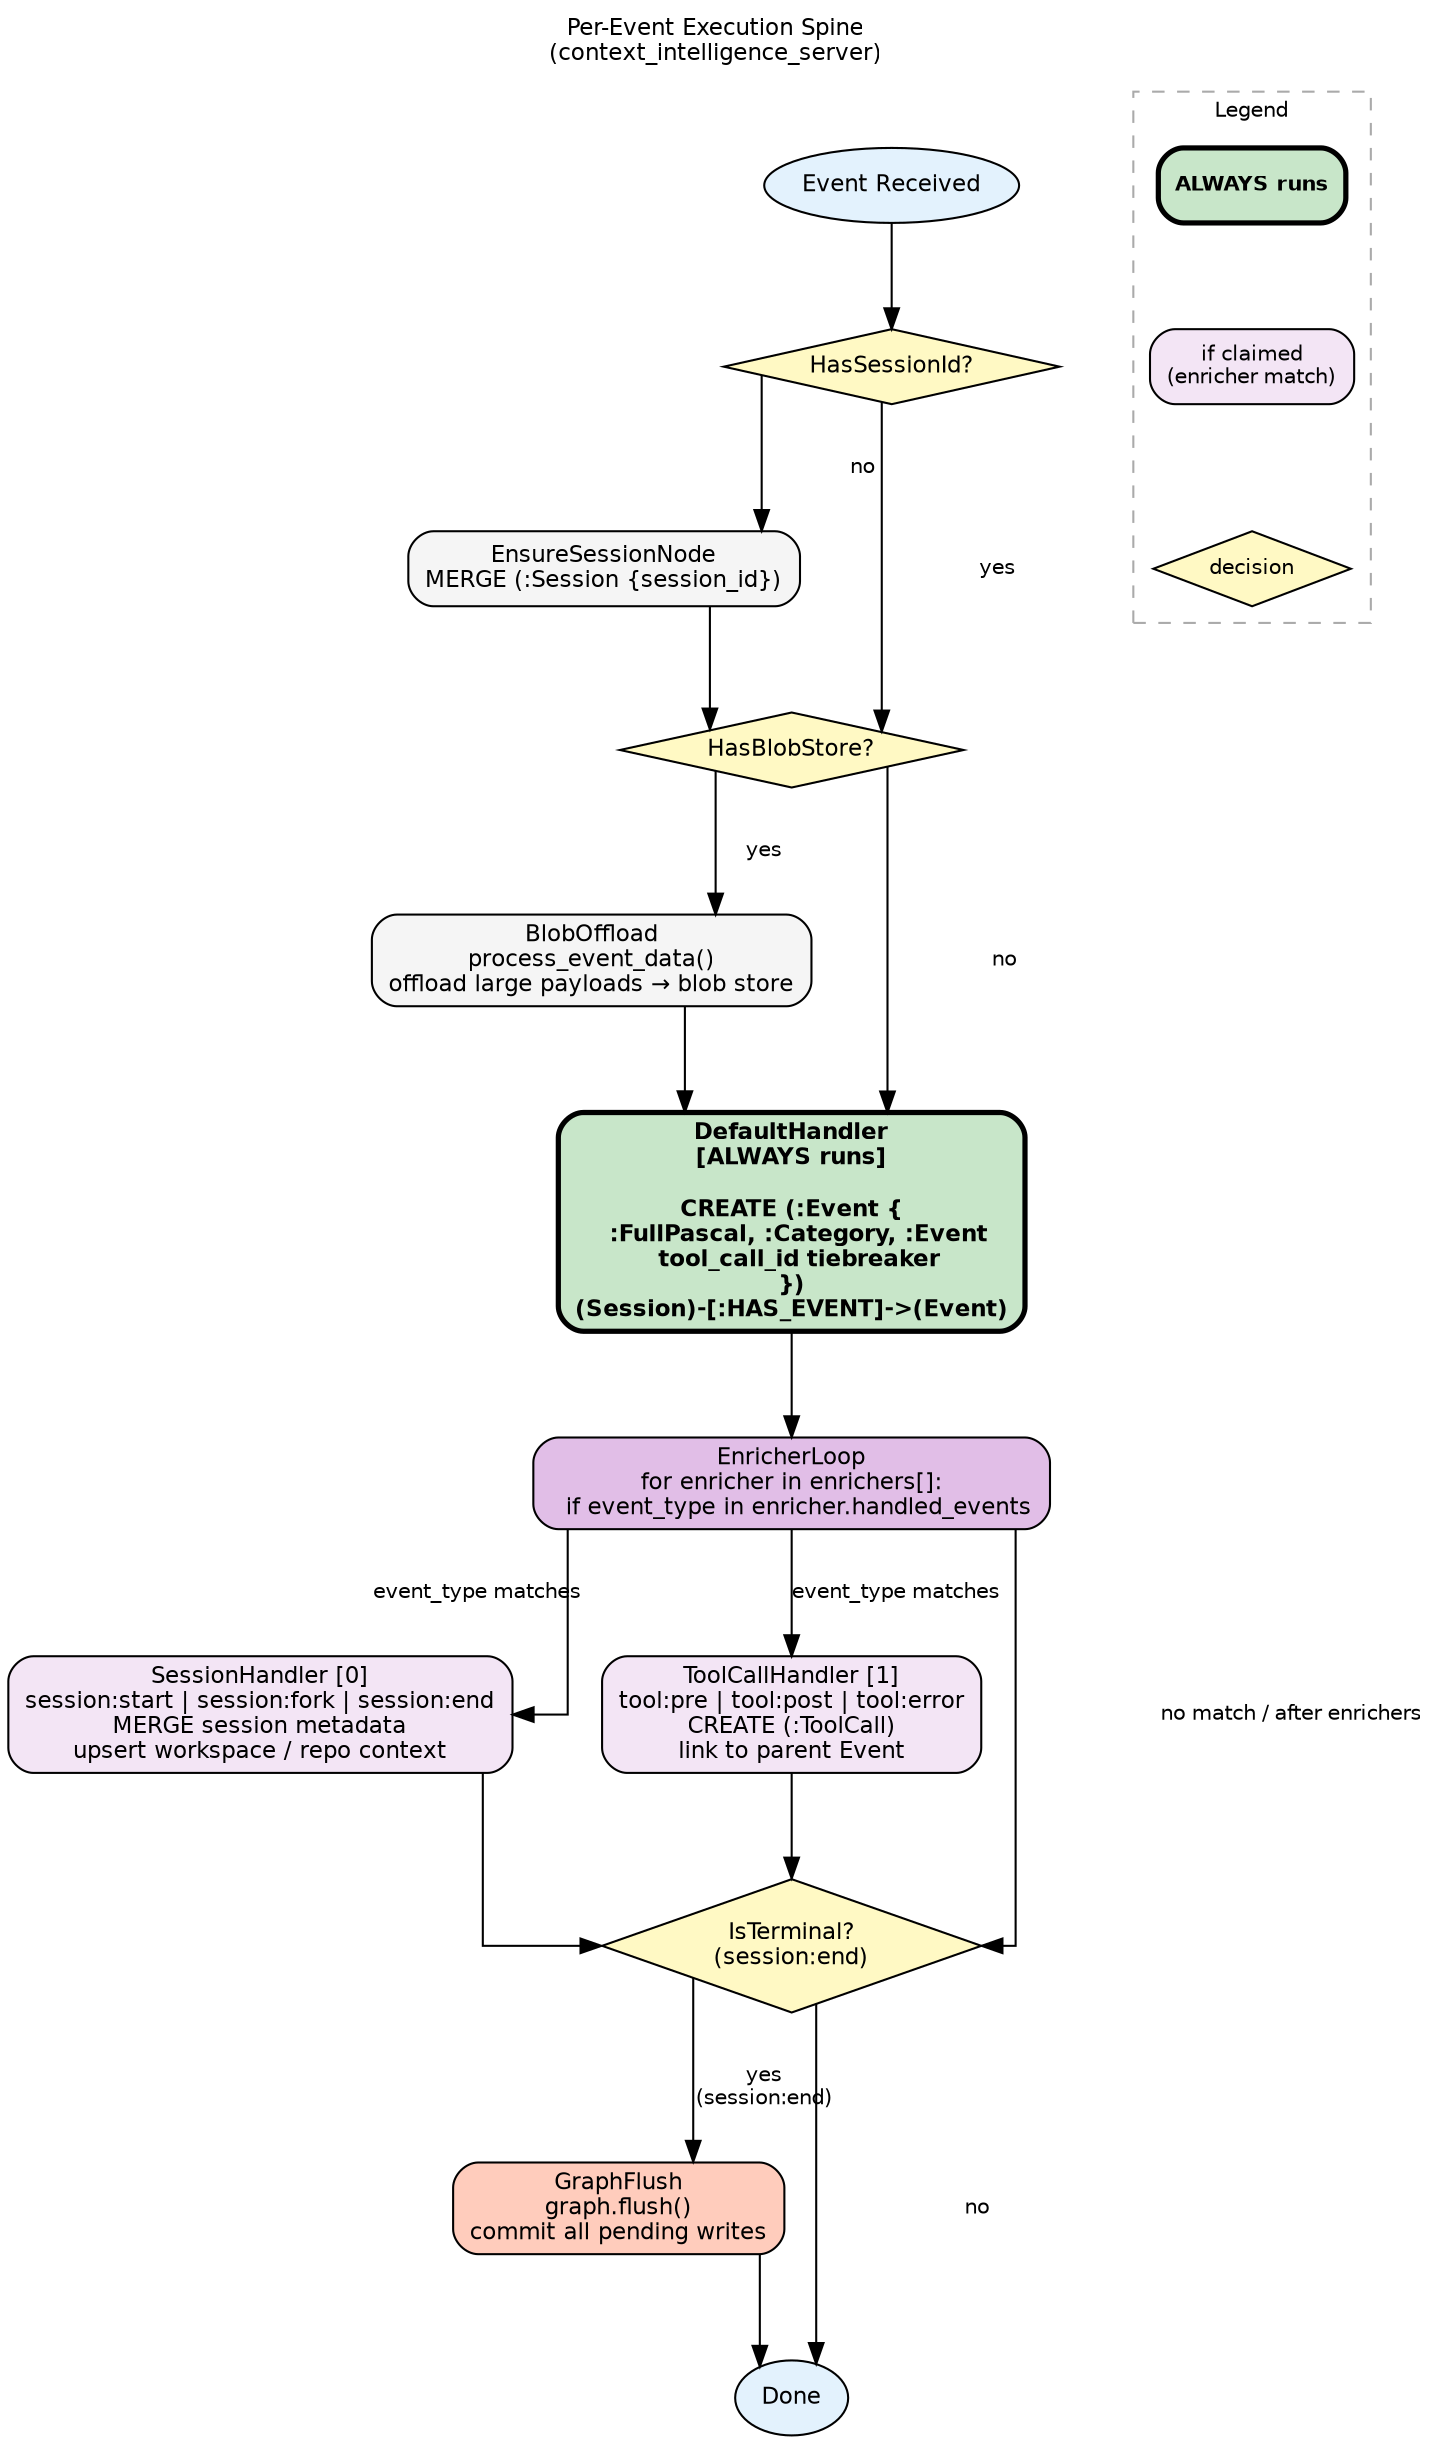
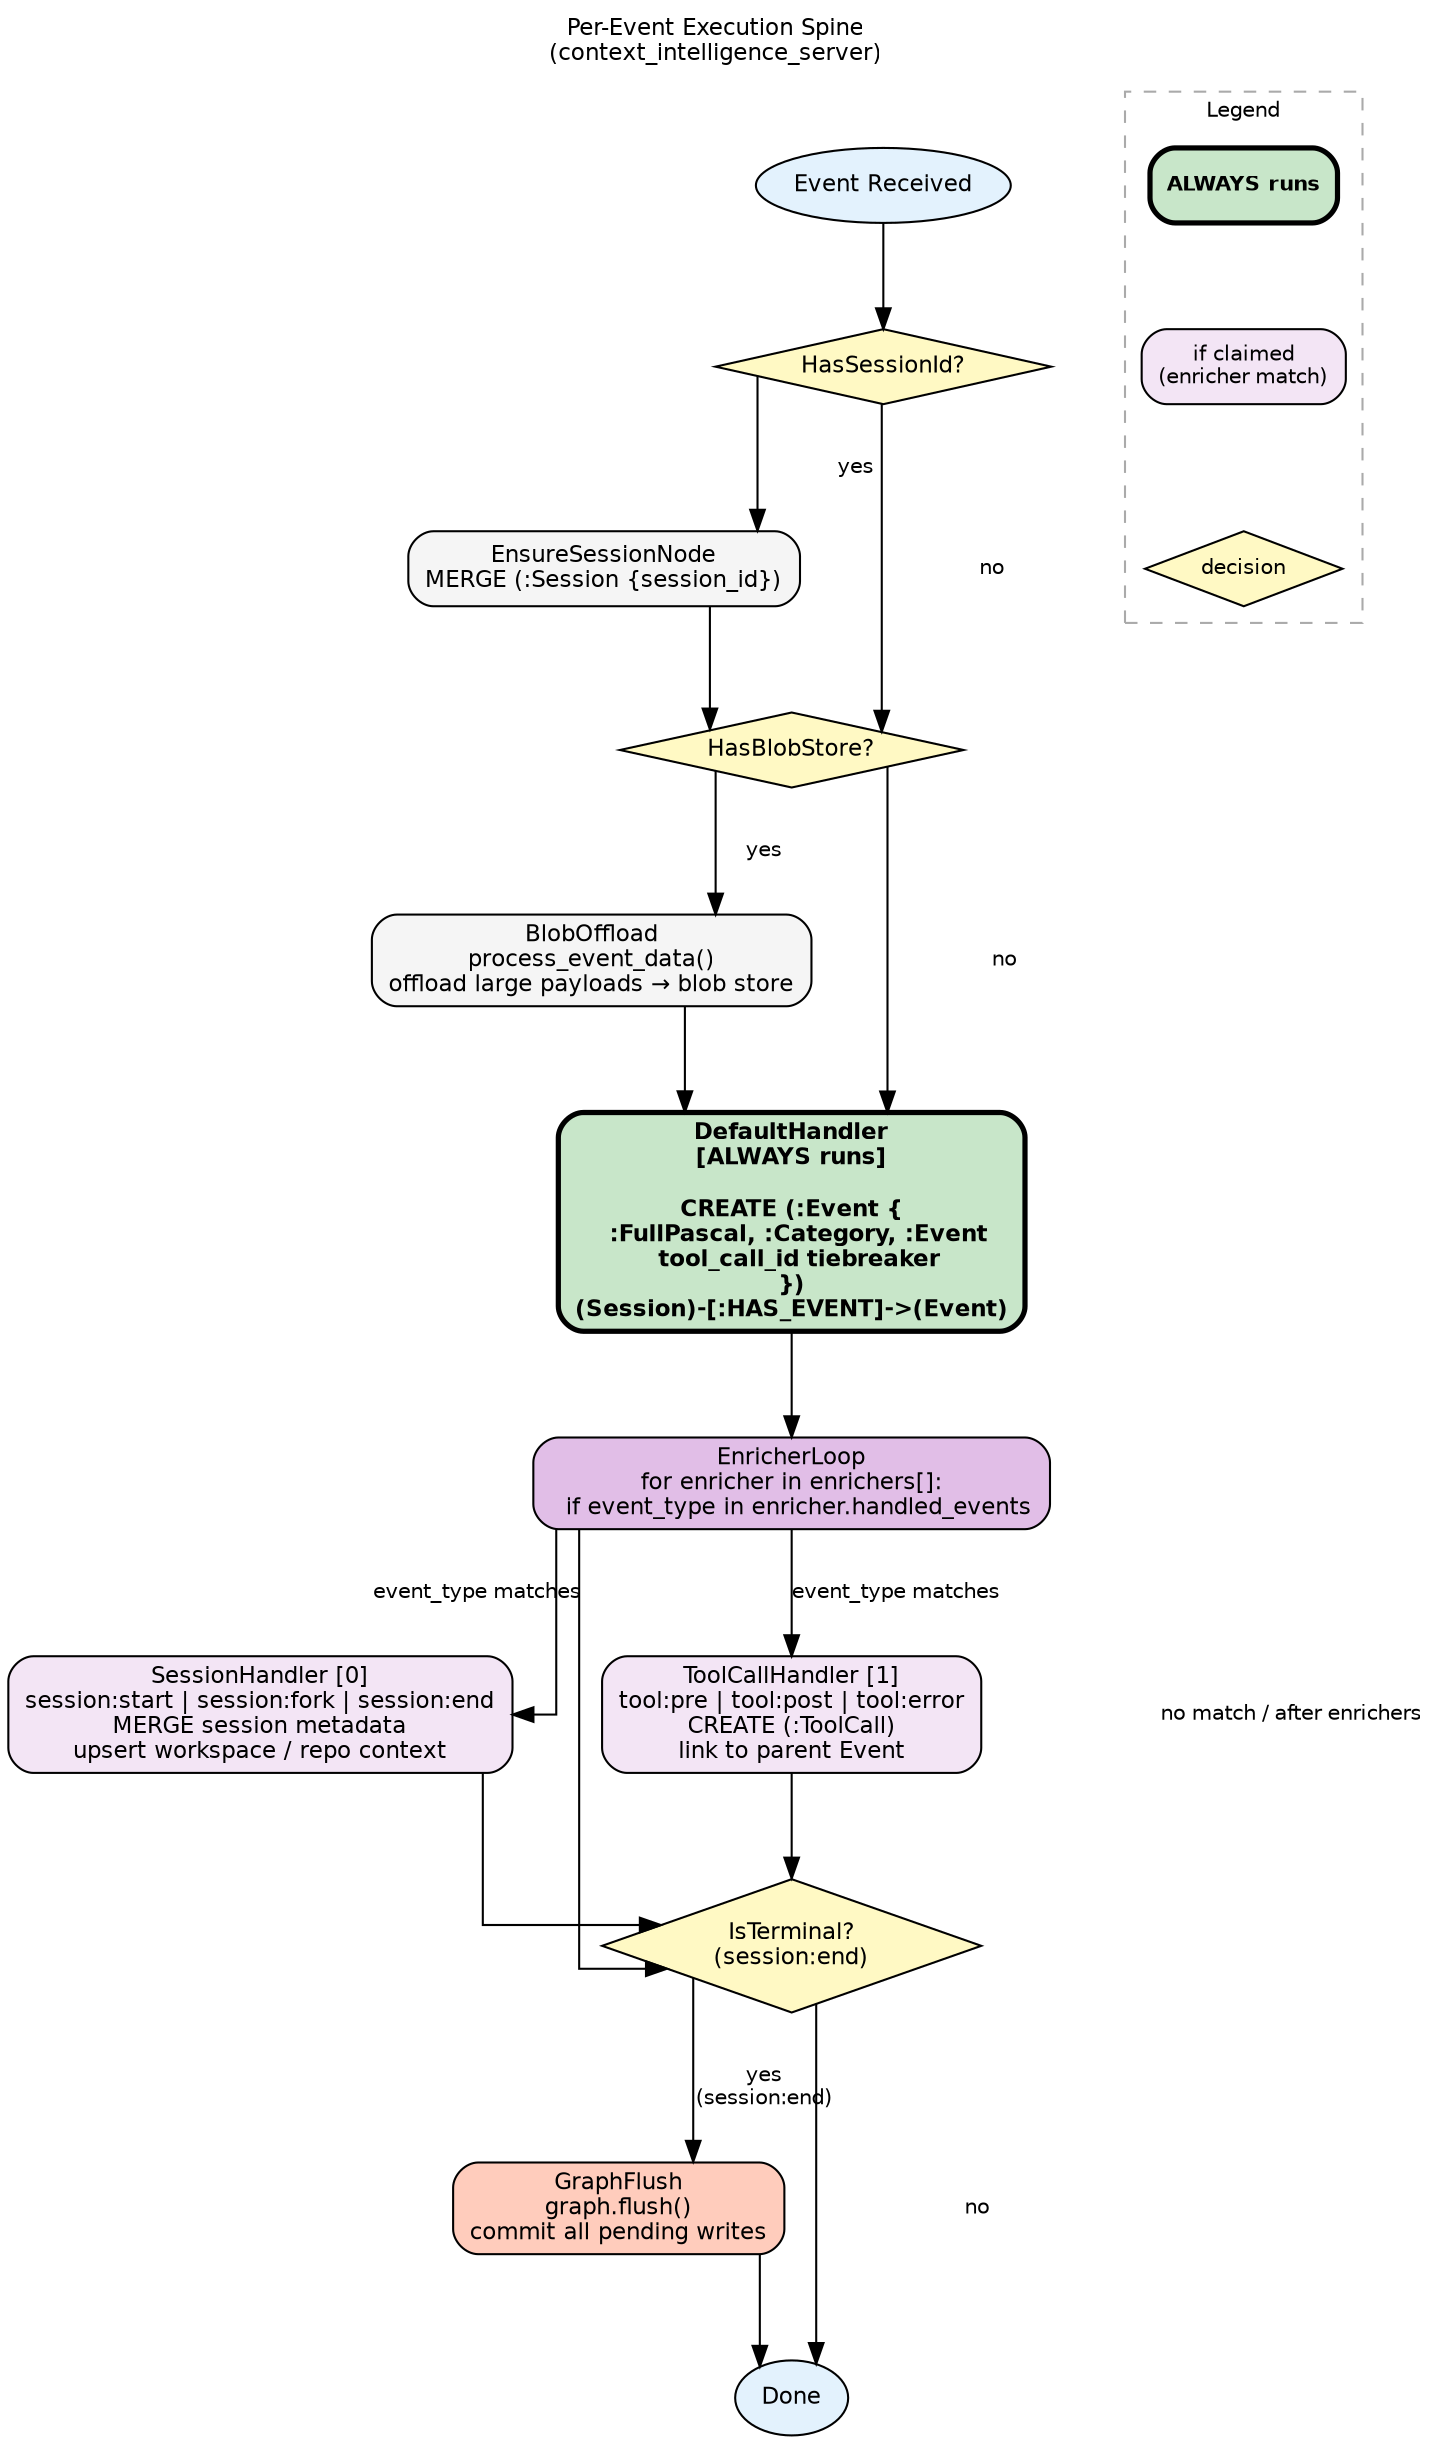
digraph pipeline_flow {
    // ── Global defaults ──────────────────────────────────────────────────────
    graph [
        rankdir   = TB
        splines   = ortho
        nodesep   = 0.6
        ranksep   = 0.7
        fontname  = "Helvetica"
        fontsize  = 11
        label     = "Per-Event Execution Spine\n(context_intelligence_server)"
        labelloc  = t
        labeljust = c
    ]
    node [
        fontname = "Helvetica"
        fontsize = 11
        style    = "filled,rounded"
        shape    = box
    ]
    edge [
        fontname = "Helvetica"
        fontsize = 10
    ]

    // ── Entry ─────────────────────────────────────────────────────────────────
    EventReceived [
        label     = "Event Received"
        shape     = oval
        fillcolor = "#E3F2FD"
    ]

    // ── Session guarantee ─────────────────────────────────────────────────────
    HasSessionId [
        label     = "HasSessionId?"
        shape     = diamond
        fillcolor = "#FFF9C4"
        style     = "filled"
    ]

    EnsureSessionNode [
        label     = "EnsureSessionNode\nMERGE (:Session {session_id})"
        fillcolor = "#F5F5F5"
    ]

    // ── Blob offload ──────────────────────────────────────────────────────────
    HasBlobStore [
        label     = "HasBlobStore?"
        shape     = diamond
        fillcolor = "#FFF9C4"
        style     = "filled"
    ]

    BlobOffload [
        label     = "BlobOffload\nprocess_event_data()\noffload large payloads → blob store"
        fillcolor = "#F5F5F5"
    ]

    // ── DefaultHandler (ALWAYS) ───────────────────────────────────────────────
    DefaultHandler [
        label     = "DefaultHandler\n[ALWAYS runs]\n\nCREATE (:Event {\n  :FullPascal, :Category, :Event\n  tool_call_id tiebreaker\n})\n(Session)-[:HAS_EVENT]->(Event)"
        fillcolor = "#C8E6C9"
        fontname  = "Helvetica-Bold"
        penwidth  = 2.5
    ]

    // ── Enricher loop ─────────────────────────────────────────────────────────
    EnricherLoop [
        label     = "EnricherLoop\nfor enricher in enrichers[]:\n  if event_type in enricher.handled_events"
        fillcolor = "#E1BEE7"
    ]

    // ── Individual enrichers ──────────────────────────────────────────────────
    SessionHandler [
        label     = "SessionHandler [0]\nsession:start | session:fork | session:end\nMERGE session metadata\nupsert workspace / repo context"
        fillcolor = "#F3E5F5"
    ]

    ToolCallHandler [
        label     = "ToolCallHandler [1]\ntool:pre | tool:post | tool:error\nCREATE (:ToolCall)\nlink to parent Event"
        fillcolor = "#F3E5F5"
    ]

    // ── Terminal check ────────────────────────────────────────────────────────
    IsTerminal [
        label     = "IsTerminal?\n(session:end)"
        shape     = diamond
        fillcolor = "#FFF9C4"
        style     = "filled"
    ]

    // ── Flush ─────────────────────────────────────────────────────────────────
    GraphFlush [
        label     = "GraphFlush\ngraph.flush()\ncommit all pending writes"
        fillcolor = "#FFCCBC"
    ]

    // ── Done ──────────────────────────────────────────────────────────────────
    Done [
        label     = "Done"
        shape     = oval
        fillcolor = "#E3F2FD"
    ]

    // ── Edges ─────────────────────────────────────────────────────────────────
    EventReceived -> HasSessionId

-     HasSessionId  -> EnsureSessionNode [label = "no"]
-     HasSessionId  -> HasBlobStore      [label = "yes"]
+     HasSessionId  -> EnsureSessionNode [label = "yes"]
+     HasSessionId  -> HasBlobStore      [label = "no"]
    EnsureSessionNode -> HasBlobStore

    HasBlobStore  -> BlobOffload       [label = "yes"]
    HasBlobStore  -> DefaultHandler    [label = "no"]
    BlobOffload   -> DefaultHandler

    DefaultHandler -> EnricherLoop

    EnricherLoop  -> SessionHandler    [label = "event_type matches"]
    EnricherLoop  -> ToolCallHandler   [label = "event_type matches"]
    EnricherLoop  -> IsTerminal        [label = "no match / after enrichers"]

    SessionHandler  -> IsTerminal
    ToolCallHandler -> IsTerminal

    IsTerminal -> GraphFlush [label = "yes\n(session:end)"]
    IsTerminal -> Done       [label = "no"]

    GraphFlush -> Done

    // ── Legend ────────────────────────────────────────────────────────────────
    subgraph cluster_legend {
        graph [
            label     = "Legend"
            fontsize  = 10
            fontname  = "Helvetica"
            style     = "dashed"
            color     = "#AAAAAA"
        ]
        node [fontsize = 10]

        LegendAlways [
            label     = "ALWAYS runs"
            fillcolor = "#C8E6C9"
            fontname  = "Helvetica-Bold"
            penwidth  = 2.5
        ]
        LegendClaimed [
            label     = "if claimed\n(enricher match)"
            fillcolor = "#F3E5F5"
        ]
        LegendDecision [
            label     = "decision"
            shape     = diamond
            fillcolor = "#FFF9C4"
            style     = "filled"
        ]

        LegendAlways -> LegendClaimed -> LegendDecision [style = invis]
    }
}
